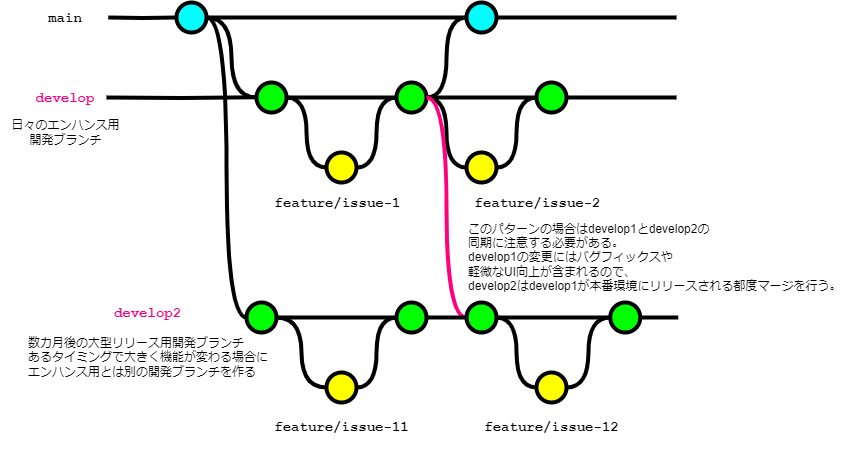
This is documents/forGitBranch/img/branch_strategy_multi_develop.drawio.png from future-architect/coding-standards, a draw.io export, as it was before one commit. Source tidied: cells renumbered, new cells last; positions are measured from the earlier drawing's top-left corner, leaving out a move shared by most shapes.
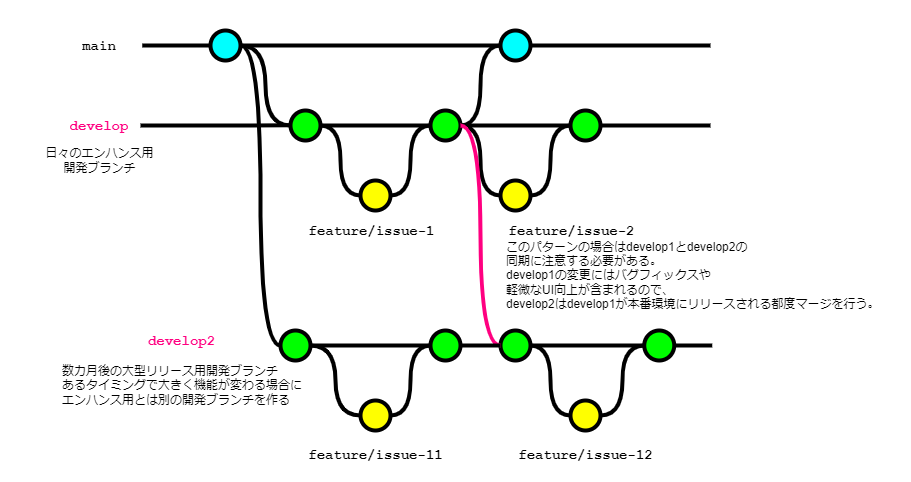
The same diagram one commit later.

Change to the diagram source:
```diff
@@ -2,6 +2,9 @@
   <root>
     <mxCell id="0" />
     <mxCell id="1" parent="0" />
+    <mxCell id="48" style="rounded=0;whiteSpace=wrap;html=1;strokeColor=none;" parent="1" vertex="1">
+      <mxGeometry x="-34" y="-30" width="910" height="480" as="geometry" />
+    </mxCell>
     <mxCell id="2" style="edgeStyle=orthogonalEdgeStyle;curved=1;rounded=0;html=1;exitX=1;exitY=0.5;exitPerimeter=0;entryX=0;entryY=0.5;entryPerimeter=0;endArrow=none;endFill=0;jettySize=auto;strokeWidth=4;fontSize=15;" parent="1" edge="1" source="3" target="8">
       <mxGeometry relative="1" as="geometry" />
     </mxCell>
@@ -124,7 +127,7 @@
     <mxCell id="39" style="edgeStyle=orthogonalEdgeStyle;curved=1;rounded=0;jettySize=auto;html=1;endArrow=none;endFill=0;strokeWidth=4;fontFamily=Courier New;fontSize=16;exitX=1;exitY=0.5;exitDx=0;exitDy=0;exitPerimeter=0;" parent="1" edge="1" source="26" target="28">
       <mxGeometry relative="1" as="geometry" />
     </mxCell>
-    <mxCell id="40" style="edgeStyle=orthogonalEdgeStyle;curved=1;rounded=0;html=1;exitX=1;exitY=0.5;exitPerimeter=0;entryX=0;entryY=0.5;entryPerimeter=0;endArrow=none;endFill=0;jettySize=auto;strokeWidth=4;fontSize=15;exitDx=0;exitDy=0;entryDx=0;entryDy=0;" parent="1" edge="1" source="3" target="26">
+    <mxCell id="40" style="edgeStyle=orthogonalEdgeStyle;curved=1;rounded=0;html=1;exitX=1;exitY=0.5;exitPerimeter=0;entryX=0;entryY=0.5;entryPerimeter=0;endArrow=none;endFill=0;jettySize=auto;strokeWidth=4;fontSize=15;exitDx=0;exitDy=0;entryDx=0;entryDy=0;shadow=0;" parent="1" edge="1" source="3" target="26">
       <mxGeometry relative="1" as="geometry" />
     </mxCell>
     <mxCell id="41" style="verticalLabelPosition=bottom;verticalAlign=top;html=1;strokeWidth=4;shape=mxgraph.flowchart.on-page_reference;plain-purple;gradientColor=none;strokeColor=#000000;fillColor=#00FF00;" parent="1" vertex="1">
@@ -143,12 +146,16 @@
       <mxGeometry x="26" y="325" width="260" height="60" as="geometry" />
     </mxCell>
     <mxCell id="46" value="このパターンの場合はdevelop1とdevelop2の&lt;br&gt;同期に注意する必要がある。&lt;br&gt;develop1の変更にはバグフィックスや&lt;br&gt;軽微なUI向上が含まれるので、&lt;br&gt;develop2はdevelop1が本番環境にリリースされる都度マージを行う。" style="text;html=1;align=left;verticalAlign=middle;strokeColor=none;fillColor=none;" parent="1" vertex="1">
-      <mxGeometry x="466" y="210" width="400" height="90" as="geometry" />
+      <mxGeometry x="469.8" y="200" width="400" height="90" as="geometry" />
     </mxCell>
     <mxCell id="47" style="edgeStyle=orthogonalEdgeStyle;rounded=0;html=1;jettySize=auto;orthogonalLoop=1;strokeWidth=4;endArrow=none;endFill=0;" parent="1" edge="1">
       <mxGeometry x="78.2" y="180" as="geometry">
         <mxPoint x="106" y="95" as="sourcePoint" />
         <mxPoint x="256" y="94.8" as="targetPoint" />
+        <Array as="points">
+          <mxPoint x="216" y="95" />
+          <mxPoint x="216" y="95" />
+        </Array>
       </mxGeometry>
     </mxCell>
   </root>
```
